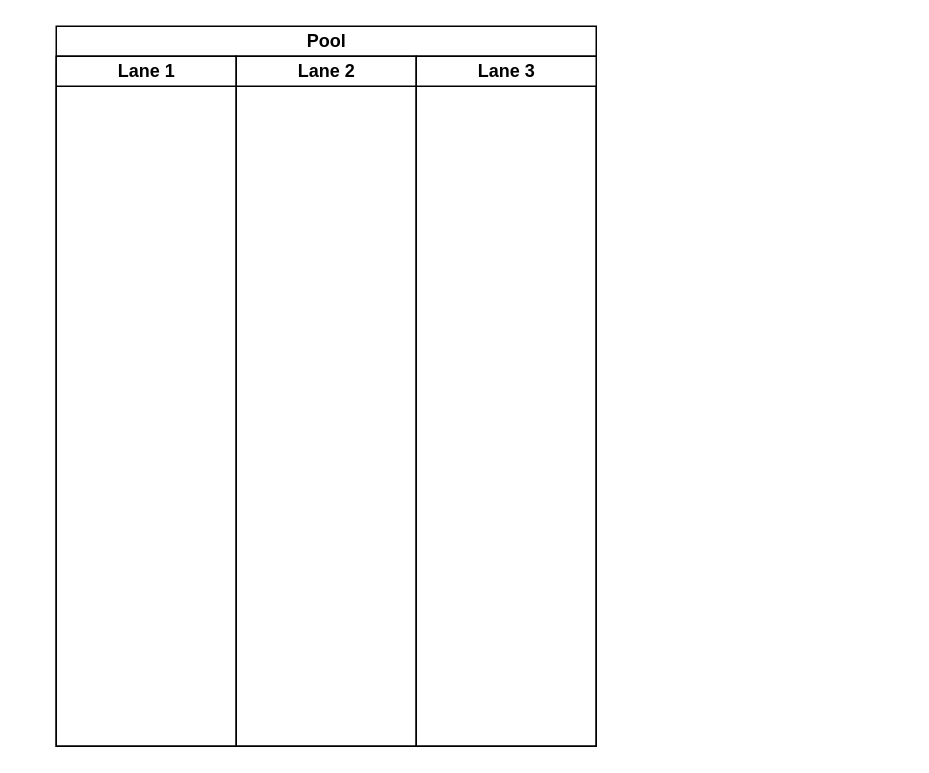
Earlier version of the draw.io diagram 未命名绘图.drawio (wangjing0128/flow-chart). Source tidied: cells renumbered, new cells numbered last; positions are measured from the earlier drawing's top-left corner, leaving out a move shared by most shapes. Both pictures are drawn from the tidied source at 150%, with x=0, y=0 at pixel (56, 26).
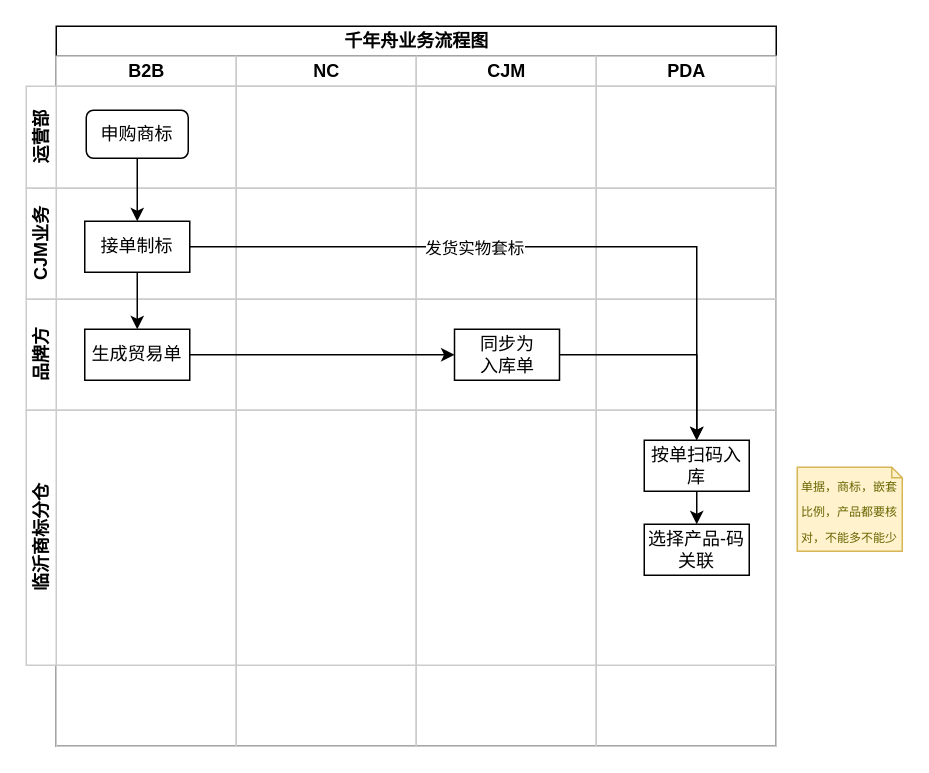
The same diagram, later.

Commit message (it also covers changes not shown here):
更新未命名绘图.drawio

Diff of the diagram source:
```diff
@@
-    <mxCell id="2" value="Pool" style="swimlane;startSize=20;html=1;" parent="1" vertex="1">
-      <mxGeometry width="360" height="480" as="geometry" />
+    <mxCell id="2" value="千年舟业务流程图" style="swimlane;startSize=20;html=1;" parent="1" vertex="1">
+      <mxGeometry width="480" height="480" as="geometry" />
     </mxCell>
-    <mxCell id="3" value="Lane 1" style="swimlane;startSize=20;html=1;" parent="2" vertex="1">
+    <mxCell id="3" value="B2B" style="swimlane;startSize=20;html=1;strokeColor=#CCCCCC;" parent="2" vertex="1">
       <mxGeometry y="20" width="120" height="460" as="geometry" />
     </mxCell>
-    <mxCell id="4" value="Lane 2" style="swimlane;startSize=20;html=1;" parent="2" vertex="1">
+    <mxCell id="4" value="NC" style="swimlane;startSize=20;html=1;strokeColor=#CCCCCC;" parent="2" vertex="1">
       <mxGeometry x="120" y="20" width="120" height="460" as="geometry" />
     </mxCell>
-    <mxCell id="5" value="Lane 3" style="swimlane;startSize=20;html=1;" parent="2" vertex="1">
+    <mxCell id="5" value="CJM" style="swimlane;startSize=20;html=1;strokeColor=#CCCCCC;" parent="2" vertex="1">
       <mxGeometry x="240" y="20" width="120" height="460" as="geometry" />
     </mxCell>
+    <mxCell id="6" value="PDA" style="swimlane;startSize=20;html=1;strokeColor=#CCCCCC;" parent="2" vertex="1">
+      <mxGeometry x="360" y="20" width="120" height="460" as="geometry" />
+    </mxCell>
+    <mxCell id="7" value="运营部" style="swimlane;startSize=20;horizontal=0;html=1;whiteSpace=wrap;strokeColor=#CCCCCC;" parent="1" vertex="1">
+      <mxGeometry x="-20" y="40" width="500" height="68" as="geometry" />
+    </mxCell>
+    <mxCell id="8" value="申购商标" style="rounded=1;whiteSpace=wrap;html=1;" parent="7" vertex="1">
+      <mxGeometry x="40" y="16" width="68" height="32" as="geometry" />
+    </mxCell>
+    <mxCell id="9" value="CJM业务" style="swimlane;startSize=20;horizontal=0;html=1;whiteSpace=wrap;strokeColor=#CCCCCC;" parent="1" vertex="1">
+      <mxGeometry x="-20" y="108" width="500" height="74" as="geometry" />
+    </mxCell>
+    <mxCell id="10" value="接单制标" style="rounded=0;whiteSpace=wrap;html=1;" parent="9" vertex="1">
+      <mxGeometry x="39" y="22" width="70" height="34" as="geometry" />
+    </mxCell>
+    <mxCell id="11" style="edgeStyle=orthogonalEdgeStyle;rounded=0;jettySize=auto;html=1;exitX=0.5;exitY=1;exitDx=0;exitDy=0;" parent="1" edge="1" source="8" target="10">
+      <mxGeometry relative="1" as="geometry" />
+    </mxCell>
+    <mxCell id="12" value="品牌方" style="swimlane;startSize=20;horizontal=0;html=1;whiteSpace=wrap;strokeColor=#CCCCCC;" parent="1" vertex="1">
+      <mxGeometry x="-20" y="182" width="500" height="74" as="geometry" />
+    </mxCell>
+    <mxCell id="13" value="同步为&lt;div&gt;入库单&lt;/div&gt;" style="rounded=0;whiteSpace=wrap;html=1;" parent="12" vertex="1">
+      <mxGeometry x="285.5" y="20" width="70" height="34" as="geometry" />
+    </mxCell>
+    <mxCell id="14" style="edgeStyle=orthogonalEdgeStyle;rounded=0;jettySize=auto;html=1;exitX=1;exitY=0.5;exitDx=0;exitDy=0;" parent="12" edge="1" source="15" target="13">
+      <mxGeometry relative="1" as="geometry" />
+    </mxCell>
+    <mxCell id="15" value="生成贸易单" style="rounded=0;whiteSpace=wrap;html=1;" parent="12" vertex="1">
+      <mxGeometry x="39" y="20" width="70" height="34" as="geometry" />
+    </mxCell>
+    <mxCell id="16" value="临沂商标分仓" style="swimlane;startSize=20;horizontal=0;html=1;whiteSpace=wrap;strokeColor=#CCCCCC;" parent="1" vertex="1">
+      <mxGeometry x="-20" y="256" width="500" height="170" as="geometry" />
+    </mxCell>
+    <mxCell id="17" style="edgeStyle=orthogonalEdgeStyle;rounded=0;jettySize=auto;html=1;exitX=0.5;exitY=1;exitDx=0;exitDy=0;" parent="16" edge="1" source="18" target="19">
+      <mxGeometry relative="1" as="geometry" />
+    </mxCell>
+    <mxCell id="18" value="按单扫码入库" style="rounded=0;whiteSpace=wrap;html=1;" parent="16" vertex="1">
+      <mxGeometry x="412" y="20" width="70" height="34" as="geometry" />
+    </mxCell>
+    <mxCell id="19" value="选择产品-码关联" style="rounded=0;whiteSpace=wrap;html=1;" parent="16" vertex="1">
+      <mxGeometry x="412" y="76" width="70" height="34" as="geometry" />
+    </mxCell>
+    <mxCell id="20" style="edgeStyle=orthogonalEdgeStyle;rounded=0;jettySize=auto;html=1;exitX=0.5;exitY=1;exitDx=0;exitDy=0;" parent="1" edge="1" source="10" target="15">
+      <mxGeometry relative="1" as="geometry" />
+    </mxCell>
+    <mxCell id="21" style="edgeStyle=orthogonalEdgeStyle;rounded=0;jettySize=auto;html=1;exitX=1;exitY=0.5;exitDx=0;exitDy=0;" parent="1" edge="1" source="13" target="18">
+      <mxGeometry relative="1" as="geometry" />
+    </mxCell>
+    <mxCell id="22" style="edgeStyle=orthogonalEdgeStyle;rounded=0;jettySize=auto;html=1;exitX=1;exitY=0.5;exitDx=0;exitDy=0;entryX=0.5;entryY=0;entryDx=0;entryDy=0;" parent="1" edge="1" source="10" target="18">
+      <mxGeometry relative="1" as="geometry" />
+    </mxCell>
+    <mxCell id="23" style="edgeLabel;html=1;align=center;verticalAlign=middle;" parent="22" vertex="1">
+      <mxGeometry x="-0.19" y="-1" relative="1" as="geometry" />
+    </mxCell>
+    <mxCell id="24" value="发货实物套标" style="edgeLabel;html=1;align=center;verticalAlign=middle;" parent="22" vertex="1">
+      <mxGeometry x="-0.19" relative="1" as="geometry" />
+    </mxCell>
+    <mxCell id="25" value="&lt;font style=&quot;font-size: 8px;&quot;&gt;单据，商标，嵌套比例，产品都要核对，不能多不能少&lt;/font&gt;" style="shape=note;strokeWidth=1;fontSize=14;size=7;whiteSpace=wrap;html=1;fillColor=#fff2cc;strokeColor=#d6b656;fontColor=#666600;" parent="1" vertex="1">
+      <mxGeometry x="494" y="294" width="70" height="56" as="geometry" />
+    </mxCell>
```
